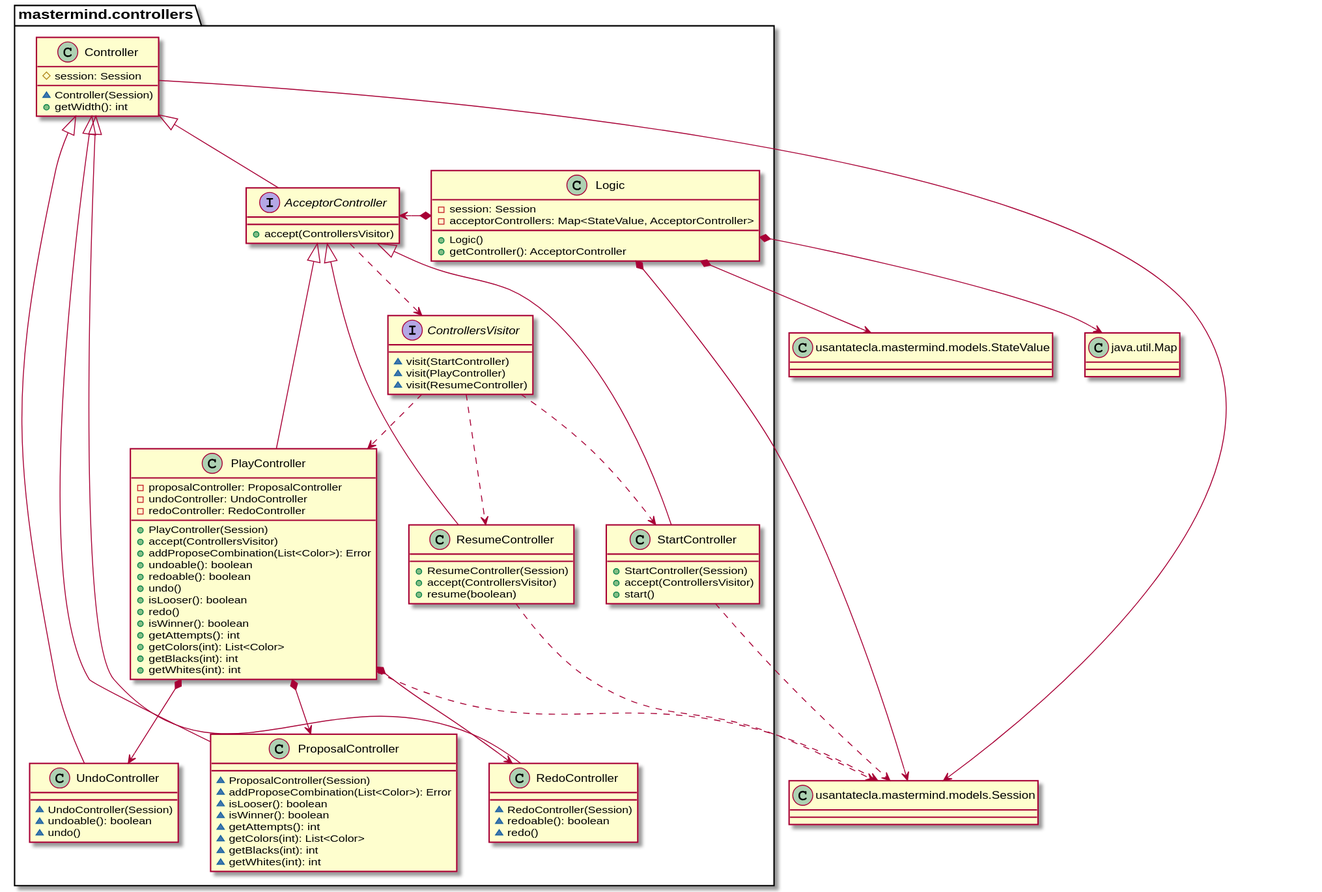
SantaTecla-mastermind/solution.java.swing.socket.sql keeps this PlantUML diagram as modelViewPresenter/presentationModel/withComposite/docs/diagrams/out/paquetes/usantatecla.mastermind.controllers.svg. Above is the earlier version.
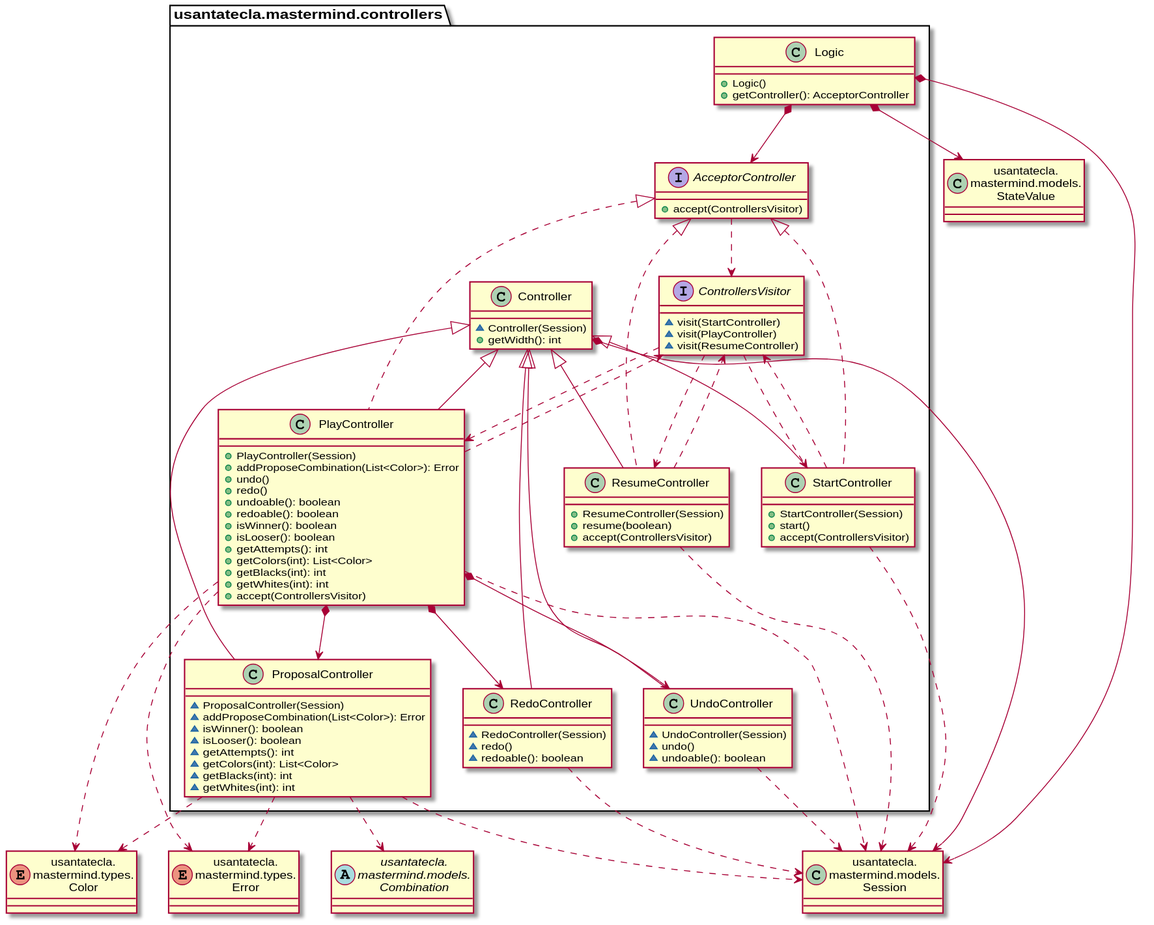
Above is the later version.

Diff of the diagram source:
```diff
@@ -1,115 +1,112 @@
 @startuml
-class Map as "java.util.Map" {
+abstract class Combination as "usantatecla.\nmastermind.models.\nCombination"
+class Session as "usantatecla.\nmastermind.models.\nSession"
+class StateValue as "usantatecla.\nmastermind.models.\nStateValue"
+enum Color as "usantatecla.\nmastermind.types.\nColor"
+enum Error as "usantatecla.\nmastermind.types.\nError"
 
+interface  usantatecla.mastermind.controllers.AcceptorController{
+    + accept(ControllersVisitor)
+}
+usantatecla.mastermind.controllers.AcceptorController .down.> usantatecla.mastermind.controllers.ControllersVisitor
 
+class  usantatecla.mastermind.controllers.Controller{
+    ~ Controller(Session)
+    + getWidth(): int
 }
-class Session as "usantatecla.mastermind.models.Session" {
+usantatecla.mastermind.controllers.Controller *-down-> Session
 
+interface  usantatecla.mastermind.controllers.ControllersVisitor{
+    ~ visit(StartController)
+    ~ visit(PlayController)
+    ~ visit(ResumeController)
+}
+usantatecla.mastermind.controllers.ControllersVisitor .down.> usantatecla.mastermind.controllers.StartController
+usantatecla.mastermind.controllers.ControllersVisitor .down.> usantatecla.mastermind.controllers.PlayController
+usantatecla.mastermind.controllers.ControllersVisitor .down.> usantatecla.mastermind.controllers.ResumeController
 
+class  usantatecla.mastermind.controllers.Logic{
+    + Logic()
+    + getController(): AcceptorController
 }
-class StateValue as "usantatecla.mastermind.models.StateValue" {
+usantatecla.mastermind.controllers.Logic *-down-> Session
+usantatecla.mastermind.controllers.Logic *-down-> StateValue
+usantatecla.mastermind.controllers.Logic *-down-> usantatecla.mastermind.controllers.AcceptorController
 
+class  usantatecla.mastermind.controllers.PlayController{
+    + PlayController(Session)
+    + addProposeCombination(List<Color>): Error
+    + undo()
+    + redo()
+    + undoable(): boolean
+    + redoable(): boolean
+    + isWinner(): boolean
+    + isLooser(): boolean
+    + getAttempts(): int
+    + getColors(int): List<Color>
+    + getBlacks(int): int
+    + getWhites(int): int
+    + accept(ControllersVisitor)
+}
+usantatecla.mastermind.controllers.AcceptorController <|.down. usantatecla.mastermind.controllers.PlayController
+usantatecla.mastermind.controllers.Controller <|-down- usantatecla.mastermind.controllers.PlayController
+usantatecla.mastermind.controllers.PlayController *-down-> usantatecla.mastermind.controllers.ProposalController
+usantatecla.mastermind.controllers.PlayController *-down-> usantatecla.mastermind.controllers.UndoController
+usantatecla.mastermind.controllers.PlayController *-down-> usantatecla.mastermind.controllers.RedoController
+usantatecla.mastermind.controllers.PlayController .down.> usantatecla.mastermind.controllers.ControllersVisitor
+usantatecla.mastermind.controllers.PlayController .down.> Session
+usantatecla.mastermind.controllers.PlayController .down.> Color
+usantatecla.mastermind.controllers.PlayController .down.> Error
 
+class  usantatecla.mastermind.controllers.ProposalController{
+    ~ ProposalController(Session)
+    ~ addProposeCombination(List<Color>): Error
+    ~ isWinner(): boolean
+    ~ isLooser(): boolean
+    ~ getAttempts(): int
+    ~ getColors(int): List<Color>
+    ~ getBlacks(int): int
+    ~ getWhites(int): int
 }
-interface  mastermind.controllers.AcceptorController{
-+ accept(ControllersVisitor)
+usantatecla.mastermind.controllers.Controller <|-down- usantatecla.mastermind.controllers.ProposalController
+usantatecla.mastermind.controllers.ProposalController .down.> Session
+usantatecla.mastermind.controllers.ProposalController .down.> Combination
+usantatecla.mastermind.controllers.ProposalController .down.> Color
+usantatecla.mastermind.controllers.ProposalController .down.> Error
+
+class  usantatecla.mastermind.controllers.RedoController{
+    ~ RedoController(Session)
+    ~ redo()
+    ~ redoable(): boolean
 }
-mastermind.controllers.Controller <|-down- mastermind.controllers.AcceptorController
-mastermind.controllers.AcceptorController ..> mastermind.controllers.ControllersVisitor
+usantatecla.mastermind.controllers.Controller <|-down- usantatecla.mastermind.controllers.RedoController
+usantatecla.mastermind.controllers.RedoController .down.> Session
 
-class  mastermind.controllers.Controller{
-# session: Session
-~ Controller(Session)
-+ getWidth(): int
+class  usantatecla.mastermind.controllers.ResumeController{
+    + ResumeController(Session)
+    + resume(boolean)
+    + accept(ControllersVisitor)
 }
-mastermind.controllers.Controller -down-> Session
+usantatecla.mastermind.controllers.AcceptorController <|.down. usantatecla.mastermind.controllers.ResumeController
+usantatecla.mastermind.controllers.Controller <|-down- usantatecla.mastermind.controllers.ResumeController
+usantatecla.mastermind.controllers.ResumeController .down.> usantatecla.mastermind.controllers.ControllersVisitor
+usantatecla.mastermind.controllers.ResumeController .down.> Session
 
+class  usantatecla.mastermind.controllers.StartController{
+    + StartController(Session)
+    + start()
+    + accept(ControllersVisitor)
+}
+usantatecla.mastermind.controllers.AcceptorController <|.down. usantatecla.mastermind.controllers.StartController
+usantatecla.mastermind.controllers.Controller <|-down- usantatecla.mastermind.controllers.StartController
+usantatecla.mastermind.controllers.StartController .down.> usantatecla.mastermind.controllers.ControllersVisitor
+usantatecla.mastermind.controllers.StartController .down.> Session
 
-interface  mastermind.controllers.ControllersVisitor{
-~ visit(StartController)
-~ visit(PlayController)
-~ visit(ResumeController)
+class  usantatecla.mastermind.controllers.UndoController{
+    ~ UndoController(Session)
+    ~ undo()
+    ~ undoable(): boolean
 }
-mastermind.controllers.ControllersVisitor ..> mastermind.controllers.ResumeController
-mastermind.controllers.ControllersVisitor ..> mastermind.controllers.StartController
-mastermind.controllers.ControllersVisitor ..> mastermind.controllers.PlayController
-
-class  mastermind.controllers.Logic{
-- session: Session
-- acceptorControllers: Map<StateValue, AcceptorController>
-+ Logic()
-+ getController(): AcceptorController
-}
-
-mastermind.controllers.Logic *-down-> Session
-mastermind.controllers.Logic *-down-> StateValue
-mastermind.controllers.Logic *-down-> Map
-
-mastermind.controllers.Logic *-> mastermind.controllers.AcceptorController
-
-class  mastermind.controllers.PlayController{
-- proposalController: ProposalController
-- undoController: UndoController
-- redoController: RedoController
-+ PlayController(Session)
-+ accept(ControllersVisitor)
-+ addProposeCombination(List<Color>): Error
-+ undoable(): boolean
-+ redoable(): boolean
-+ undo()
-+ isLooser(): boolean
-+ redo()
-+ isWinner(): boolean
-+ getAttempts(): int
-+ getColors(int): List<Color>
-+ getBlacks(int): int
-+ getWhites(int): int
-}
-mastermind.controllers.AcceptorController <|-down- mastermind.controllers.PlayController
-mastermind.controllers.PlayController *-down-> mastermind.controllers.RedoController
-mastermind.controllers.PlayController *-down-> mastermind.controllers.UndoController
-mastermind.controllers.PlayController *-down-> mastermind.controllers.ProposalController
-mastermind.controllers.PlayController ..> Session
-
-class  mastermind.controllers.ProposalController{
-~ ProposalController(Session)
-~ addProposeCombination(List<Color>): Error
-~ isLooser(): boolean
-~ isWinner(): boolean
-~ getAttempts(): int
-~ getColors(int): List<Color>
-~ getBlacks(int): int
-~ getWhites(int): int
-}
-mastermind.controllers.Controller <|-down- mastermind.controllers.ProposalController
-
-class  mastermind.controllers.RedoController{
-~ RedoController(Session)
-~ redoable(): boolean
-~ redo()
-}
-mastermind.controllers.Controller <|-down- mastermind.controllers.RedoController
-
-class  mastermind.controllers.ResumeController{
-+ ResumeController(Session)
-+ accept(ControllersVisitor)
-+ resume(boolean)
-}
-mastermind.controllers.AcceptorController <|-down- mastermind.controllers.ResumeController
-mastermind.controllers.ResumeController ..> Session
-
-class  mastermind.controllers.StartController{
-+ StartController(Session)
-+ accept(ControllersVisitor)
-+ start()
-}
-mastermind.controllers.AcceptorController <|-down- mastermind.controllers.StartController
-mastermind.controllers.StartController ..> Session
-
-class  mastermind.controllers.UndoController{
-~ UndoController(Session)
-~ undoable(): boolean
-~ undo()
-}
-mastermind.controllers.Controller <|-down- mastermind.controllers.UndoController
+usantatecla.mastermind.controllers.Controller <|-down- usantatecla.mastermind.controllers.UndoController
+usantatecla.mastermind.controllers.UndoController .down.> Session
 @enduml
```
